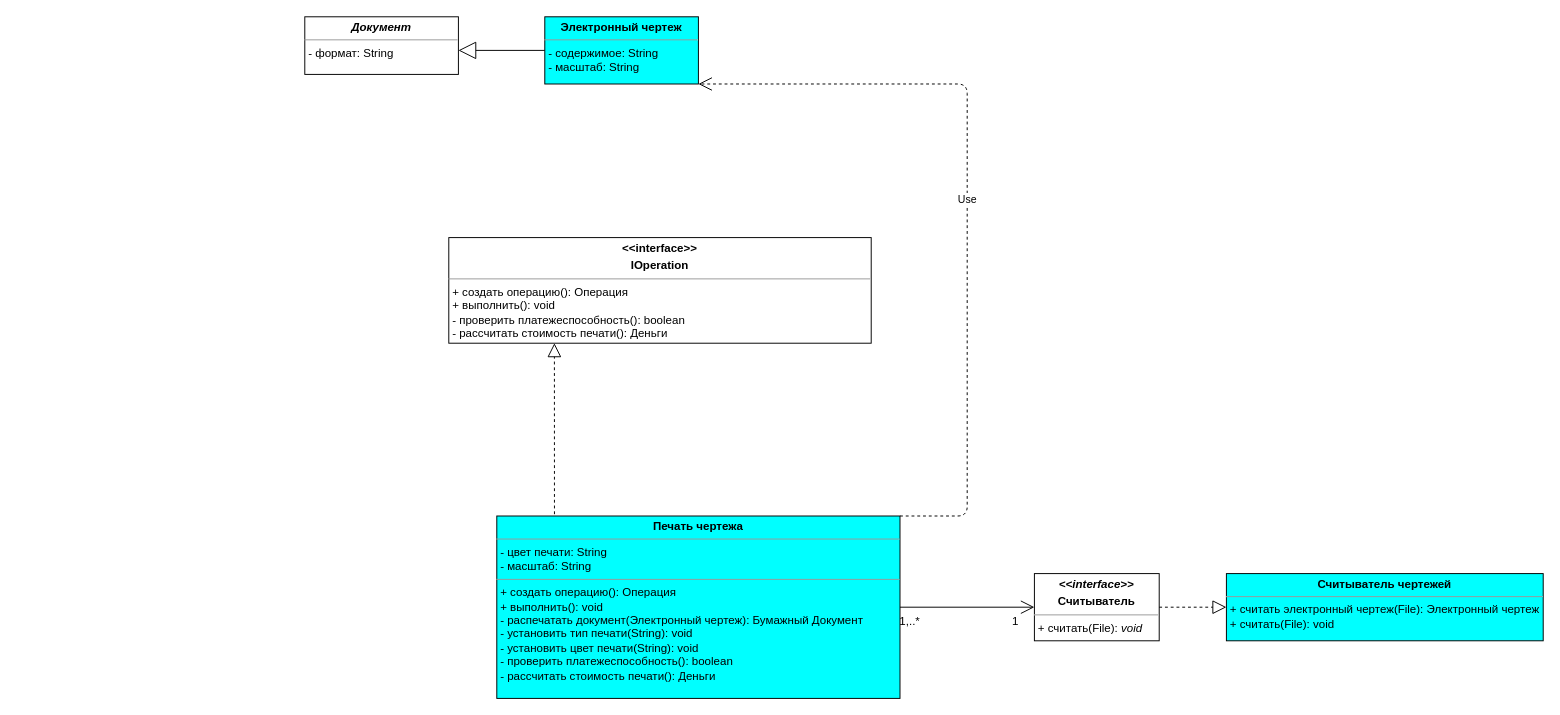
Above: page "editedDWG" (2 of 8) of class/class diagram.drawio in sazro19/PPwIS_UML (draw.io), before the change. Source tidied: cells renumbered, new cells numbered last; positions are measured from the earlier drawing's top-left corner, leaving out a move shared by most shapes. Both pictures are drawn from the tidied source at 96%, with x=0, y=0 at pixel (304, 16).
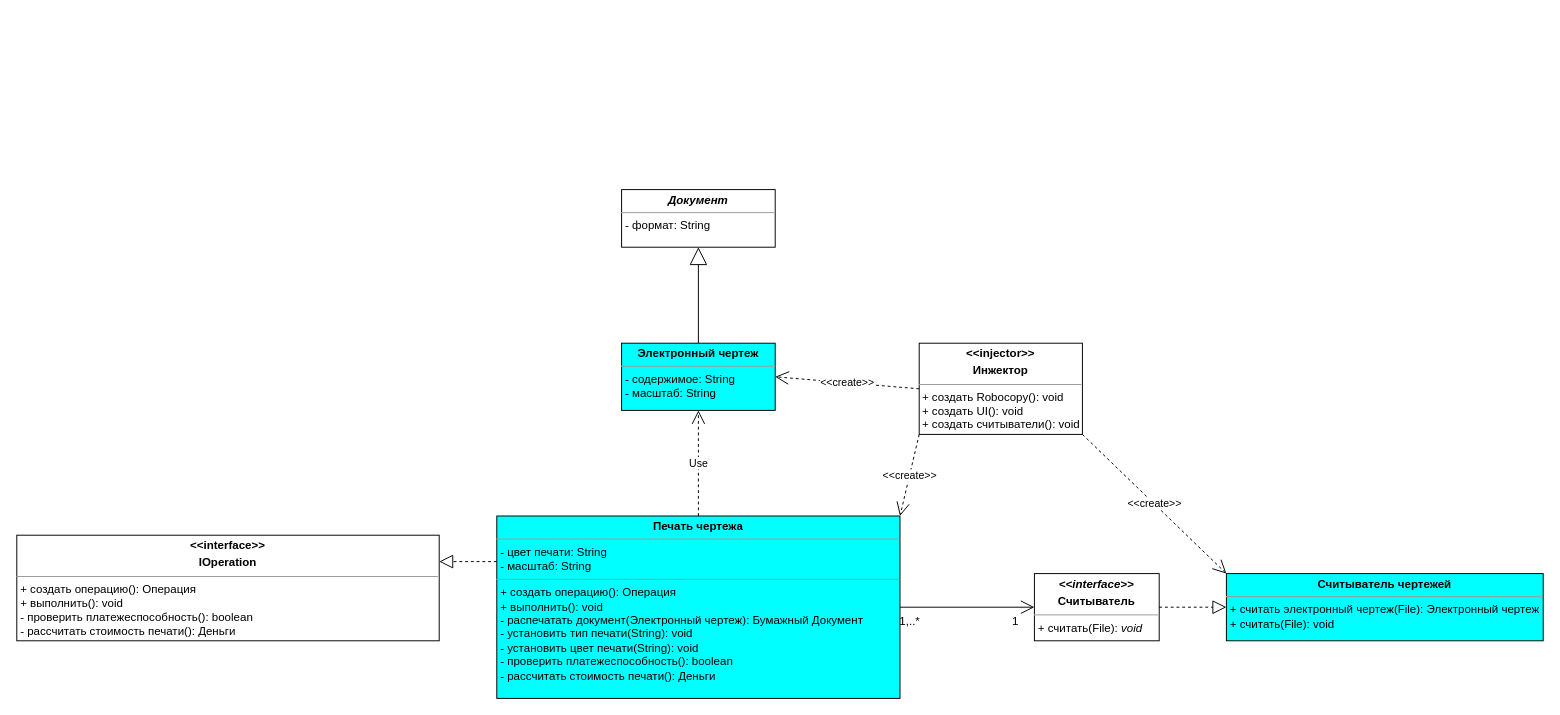
After the change.

The edit, as a diff of the source:
```diff
@@
 <mxGraphModel>
   <root>
     <mxCell id="0" />
     <mxCell id="1" parent="0" />
     <mxCell id="2" value="&lt;p style=&quot;margin: 0px ; margin-top: 4px ; text-align: center&quot;&gt;&lt;b&gt;Печать чертежа&lt;/b&gt;&lt;/p&gt;&lt;hr size=&quot;1&quot;&gt;&lt;p style=&quot;margin: 0px ; margin-left: 4px&quot;&gt;&lt;span&gt;- цвет печати: String&lt;/span&gt;&lt;br&gt;&lt;/p&gt;&lt;p style=&quot;margin: 0px ; margin-left: 4px&quot;&gt;- масштаб: String&lt;/p&gt;&lt;hr size=&quot;1&quot;&gt;&lt;p style=&quot;margin: 0px ; margin-left: 4px&quot;&gt;&lt;span&gt;+ создать операцию(): Операция&lt;/span&gt;&lt;/p&gt;&lt;p style=&quot;margin: 0px ; margin-left: 4px&quot;&gt;&lt;span&gt;+ выполнить(): void&lt;/span&gt;&lt;br&gt;&lt;/p&gt;&lt;p style=&quot;margin: 0px ; margin-left: 4px&quot;&gt;- распечатать документ(Электронный чертеж): Бумажный Документ&lt;/p&gt;&lt;p style=&quot;margin: 0px ; margin-left: 4px&quot;&gt;- установить тип печати(String): void&lt;/p&gt;&lt;p style=&quot;margin: 0px ; margin-left: 4px&quot;&gt;- установить цвет печати(String): void&amp;nbsp;&lt;/p&gt;&lt;p style=&quot;margin: 0px ; margin-left: 4px&quot;&gt;- проверить платежеспособность(): boolean&lt;/p&gt;&lt;p style=&quot;margin: 0px ; margin-left: 4px&quot;&gt;- рассчитать стоимость печати(): Деньги&lt;/p&gt;" style="verticalAlign=top;align=left;overflow=fill;fontSize=12;fontFamily=Helvetica;html=1;fillColor=#00FFFF;" parent="1" vertex="1">
       <mxGeometry x="200" y="520" width="420" height="190" as="geometry" />
     </mxCell>
     <mxCell id="3" value="&lt;p style=&quot;margin: 0px ; margin-top: 4px ; text-align: center&quot;&gt;&lt;b&gt;&amp;lt;&amp;lt;interface&amp;gt;&amp;gt;&lt;/b&gt;&lt;/p&gt;&lt;p style=&quot;margin: 0px ; margin-top: 4px ; text-align: center&quot;&gt;&lt;b&gt;IOperation&lt;/b&gt;&lt;/p&gt;&lt;hr size=&quot;1&quot;&gt;&lt;p style=&quot;margin: 0px 0px 0px 4px&quot;&gt;+ создать операцию(): Операция&lt;/p&gt;&lt;p style=&quot;margin: 0px 0px 0px 4px&quot;&gt;+ выполнить(): void&lt;span&gt;&amp;nbsp;&lt;/span&gt;&lt;/p&gt;&lt;p style=&quot;margin: 0px 0px 0px 4px&quot;&gt;- проверить платежеспособность(): boolean&lt;/p&gt;&lt;p style=&quot;margin: 0px 0px 0px 4px&quot;&gt;- рассчитать стоимость печати(): Деньги&lt;/p&gt;" style="verticalAlign=top;align=left;overflow=fill;fontSize=12;fontFamily=Helvetica;html=1;" parent="1" vertex="1">
-      <mxGeometry x="150" y="230" width="440" height="110" as="geometry" />
+      <mxGeometry x="-300" y="540" width="440" height="110" as="geometry" />
     </mxCell>
     <mxCell id="4" value="&lt;p style=&quot;margin: 0px ; margin-top: 4px ; text-align: center&quot;&gt;&lt;b&gt;&lt;i&gt;Документ&lt;/i&gt;&lt;/b&gt;&lt;/p&gt;&lt;hr size=&quot;1&quot;&gt;&lt;p style=&quot;margin: 0px ; margin-left: 4px&quot;&gt;- формат: String&lt;/p&gt;" style="verticalAlign=top;align=left;overflow=fill;fontSize=12;fontFamily=Helvetica;html=1;" parent="1" vertex="1">
-      <mxGeometry width="160" height="60" as="geometry" />
+      <mxGeometry x="330" y="180" width="160" height="60" as="geometry" />
     </mxCell>
-    <mxCell id="5" style="endArrow=block;dashed=1;endFill=0;endSize=12;html=1;exitX=0.143;exitY=-0.01;exitDx=0;exitDy=0;entryX=0.25;entryY=1;entryDx=0;entryDy=0;exitPerimeter=0;" parent="1" edge="1" source="2" target="3">
+    <mxCell id="5" style="endArrow=block;dashed=1;endFill=0;endSize=12;html=1;exitX=0;exitY=0.25;exitDx=0;exitDy=0;entryX=1;entryY=0.25;entryDx=0;entryDy=0;" parent="1" edge="1" source="2" target="3">
       <mxGeometry relative="1" as="geometry" />
     </mxCell>
     <mxCell id="6" value="&lt;p style=&quot;margin: 0px ; margin-top: 4px ; text-align: center&quot;&gt;&lt;b&gt;Электронный чертеж&lt;/b&gt;&lt;/p&gt;&lt;hr size=&quot;1&quot;&gt;&lt;p style=&quot;margin: 0px ; margin-left: 4px&quot;&gt;- содержимое: String&lt;/p&gt;&lt;p style=&quot;margin: 0px ; margin-left: 4px&quot;&gt;- масштаб: String&lt;/p&gt;" style="verticalAlign=top;align=left;overflow=fill;fontSize=12;fontFamily=Helvetica;html=1;fillColor=#00FFFF;" parent="1" vertex="1">
-      <mxGeometry x="250" width="160" height="70" as="geometry" />
+      <mxGeometry x="330" y="340" width="160" height="70" as="geometry" />
     </mxCell>
-    <mxCell id="7" value="Use" style="endArrow=open;endSize=12;dashed=1;html=1;entryX=1;entryY=1;entryDx=0;entryDy=0;exitX=1;exitY=0;exitDx=0;exitDy=0;" parent="1" edge="1" source="2" target="6">
-      <mxGeometry relative="1" as="geometry">
-        <Array as="points">
-          <mxPoint x="690" y="520" />
-          <mxPoint x="690" y="70" />
-        </Array>
-      </mxGeometry>
+    <mxCell id="7" value="Use" style="endArrow=open;endSize=12;dashed=1;html=1;entryX=0.5;entryY=1;entryDx=0;entryDy=0;exitX=0.5;exitY=0;exitDx=0;exitDy=0;" parent="1" edge="1" source="2" target="6">
+      <mxGeometry relative="1" as="geometry" />
     </mxCell>
-    <mxCell id="8" style="endArrow=block;endSize=16;endFill=0;html=1;exitX=0;exitY=0.5;exitDx=0;exitDy=0;" parent="1" edge="1" source="6">
-      <mxGeometry relative="1" as="geometry">
-        <mxPoint x="160" y="35" as="targetPoint" />
-      </mxGeometry>
+    <mxCell id="8" style="endArrow=block;endSize=16;endFill=0;html=1;exitX=0.5;exitY=0;exitDx=0;exitDy=0;entryX=0.5;entryY=1;entryDx=0;entryDy=0;" parent="1" edge="1" source="6" target="4">
+      <mxGeometry relative="1" as="geometry" />
     </mxCell>
     <mxCell id="9" value="&lt;p style=&quot;margin: 0px ; margin-top: 4px ; text-align: center&quot;&gt;&lt;b&gt;&lt;i&gt;&amp;lt;&amp;lt;interface&amp;gt;&amp;gt;&lt;/i&gt;&lt;/b&gt;&lt;/p&gt;&lt;p style=&quot;margin: 0px ; margin-top: 4px ; text-align: center&quot;&gt;&lt;b&gt;Считыватель&lt;/b&gt;&lt;/p&gt;&lt;hr size=&quot;1&quot;&gt;&lt;div style=&quot;height: 2px&quot;&gt;&lt;p style=&quot;margin: 0px 0px 0px 4px&quot;&gt;+ считать(File): &lt;i&gt;void&lt;/i&gt;&lt;/p&gt;&lt;/div&gt;" style="verticalAlign=top;align=left;overflow=fill;fontSize=12;fontFamily=Helvetica;html=1;" parent="1" vertex="1">
       <mxGeometry x="760" y="580" width="130" height="70" as="geometry" />
     </mxCell>
     <mxCell id="10" value="&lt;p style=&quot;margin: 0px ; margin-top: 4px ; text-align: center&quot;&gt;&lt;b&gt;Считыватель чертежей&lt;/b&gt;&lt;/p&gt;&lt;hr size=&quot;1&quot;&gt;&lt;div style=&quot;height: 2px&quot;&gt;&lt;p style=&quot;margin: 0px 0px 0px 4px&quot;&gt;+ считать электронный чертеж(File): Электронный чертеж&lt;/p&gt;&lt;p style=&quot;margin: 0px 0px 0px 4px&quot;&gt;+ считать(File): void&lt;/p&gt;&lt;/div&gt;" style="verticalAlign=top;align=left;overflow=fill;fontSize=12;fontFamily=Helvetica;html=1;fillColor=#00FFFF;" parent="1" vertex="1">
       <mxGeometry x="960" y="580" width="330" height="70" as="geometry" />
     </mxCell>
     <mxCell id="11" style="endArrow=block;dashed=1;endFill=0;endSize=12;html=1;exitX=1;exitY=0.5;exitDx=0;exitDy=0;" parent="1" edge="1" source="9">
       <mxGeometry relative="1" as="geometry">
         <mxPoint x="960" y="615" as="targetPoint" />
       </mxGeometry>
     </mxCell>
     <mxCell id="12" style="endArrow=open;endFill=1;endSize=12;html=1;exitX=1;exitY=0.5;exitDx=0;exitDy=0;entryX=0;entryY=0.5;entryDx=0;entryDy=0;" parent="1" edge="1" source="2" target="9">
       <mxGeometry relative="1" as="geometry" />
     </mxCell>
     <mxCell id="13" value="1,..*" style="text;html=1;align=center;verticalAlign=middle;" parent="1" vertex="1">
       <mxGeometry x="610" y="620" width="40" height="20" as="geometry" />
     </mxCell>
     <mxCell id="14" value="1" style="text;html=1;align=center;verticalAlign=middle;" parent="1" vertex="1">
       <mxGeometry x="730" y="620" width="20" height="20" as="geometry" />
     </mxCell>
+    <mxCell id="15" value="&lt;p style=&quot;margin: 0px ; margin-top: 4px ; text-align: center&quot;&gt;&lt;b&gt;&amp;lt;&amp;lt;injector&amp;gt;&amp;gt;&lt;/b&gt;&lt;/p&gt;&lt;p style=&quot;margin: 0px ; margin-top: 4px ; text-align: center&quot;&gt;&lt;b&gt;Инжектор&lt;/b&gt;&lt;/p&gt;&lt;hr size=&quot;1&quot;&gt;&lt;div style=&quot;height: 2px&quot;&gt;&amp;nbsp;+ создать Robocopy(): void&lt;br&gt;&amp;nbsp;+ создать UI(): void&lt;/div&gt;&lt;div style=&quot;height: 2px&quot;&gt;&lt;br&gt;&lt;br&gt;&lt;/div&gt;&lt;div style=&quot;height: 2px&quot;&gt;&lt;br&gt;&lt;/div&gt;&lt;div style=&quot;height: 2px&quot;&gt;&lt;br&gt;&lt;/div&gt;&lt;div style=&quot;height: 2px&quot;&gt;&lt;br&gt;&lt;/div&gt;&lt;div style=&quot;height: 2px&quot;&gt;&lt;br&gt;&lt;/div&gt;&lt;div style=&quot;height: 2px&quot;&gt;&lt;br&gt;&lt;/div&gt;&lt;div style=&quot;height: 2px&quot;&gt;&lt;br&gt;&lt;/div&gt;&lt;div style=&quot;height: 2px&quot;&gt;&lt;br&gt;&lt;/div&gt;&lt;div style=&quot;height: 2px&quot;&gt;&lt;br&gt;&lt;/div&gt;&lt;div style=&quot;height: 2px&quot;&gt;&lt;br&gt;&lt;/div&gt;&lt;div style=&quot;height: 2px&quot;&gt;&lt;br&gt;&lt;/div&gt;&lt;div style=&quot;height: 2px&quot;&gt;&amp;nbsp;&lt;/div&gt;&lt;div style=&quot;height: 2px&quot;&gt;&lt;br&gt;&lt;/div&gt;&lt;div style=&quot;height: 2px&quot;&gt;&amp;nbsp;+ создать считыватели(): void&lt;/div&gt;" style="verticalAlign=top;align=left;overflow=fill;fontSize=12;fontFamily=Helvetica;html=1;" parent="1" vertex="1">
+      <mxGeometry x="640" y="340" width="170" height="95" as="geometry" />
+    </mxCell>
+    <mxCell id="16" value="&amp;lt;&amp;lt;create&amp;gt;&amp;gt;" style="endArrow=open;endSize=12;dashed=1;html=1;exitX=0;exitY=0.5;exitDx=0;exitDy=0;entryX=1;entryY=0.5;entryDx=0;entryDy=0;" parent="1" edge="1" source="15" target="6">
+      <mxGeometry relative="1" as="geometry" />
+    </mxCell>
+    <mxCell id="17" value="&amp;lt;&amp;lt;create&amp;gt;&amp;gt;" style="endArrow=open;endSize=12;dashed=1;html=1;exitX=0;exitY=1;exitDx=0;exitDy=0;entryX=1;entryY=0;entryDx=0;entryDy=0;" parent="1" edge="1" source="15" target="2">
+      <mxGeometry relative="1" as="geometry" />
+    </mxCell>
+    <mxCell id="18" value="&amp;lt;&amp;lt;create&amp;gt;&amp;gt;" style="endArrow=open;endSize=12;dashed=1;html=1;entryX=0;entryY=0;entryDx=0;entryDy=0;exitX=1;exitY=1;exitDx=0;exitDy=0;" parent="1" edge="1" source="15" target="10">
+      <mxGeometry relative="1" as="geometry" />
+    </mxCell>
   </root>
 </mxGraphModel>
```
